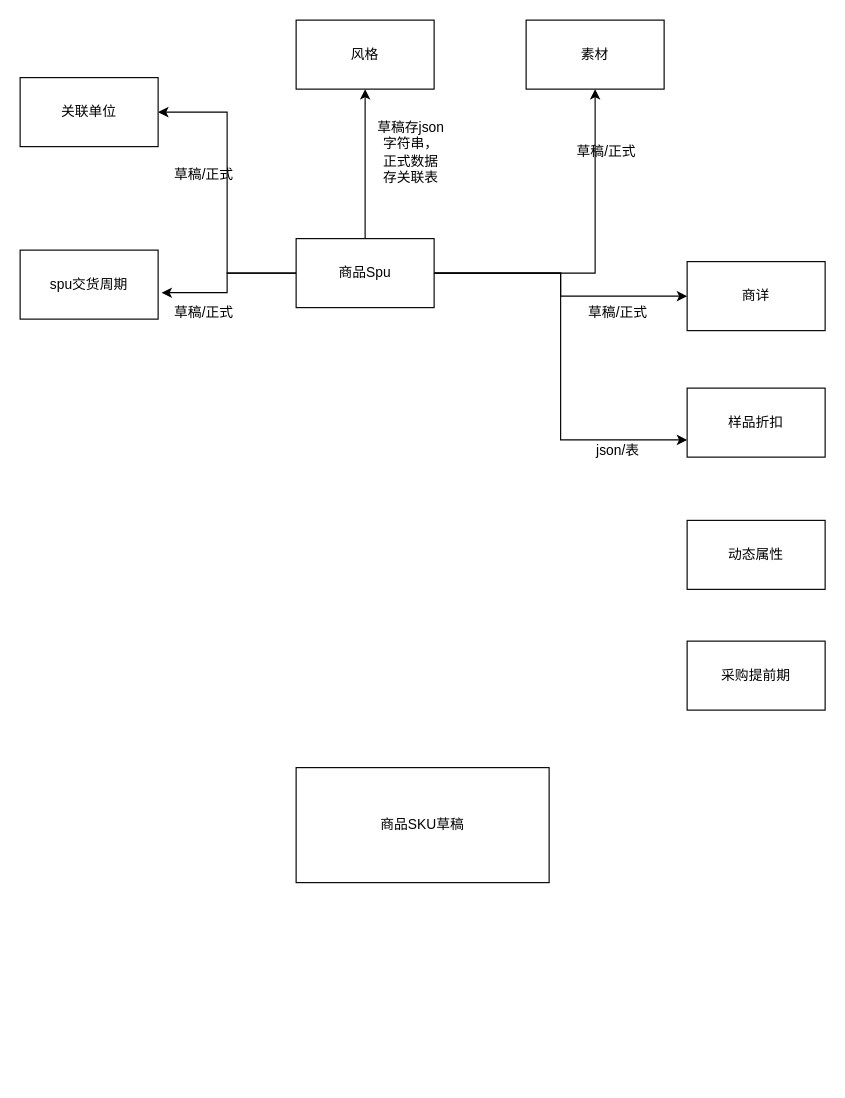
Before: 商品打包逻辑梳理草稿.drawio in 1846872430/shj_chart, a draw.io diagram. Source tidied: cells renumbered, new cells numbered last; positions are measured from the earlier drawing's top-left corner, leaving out a move shared by most shapes. Both pictures are drawn from the tidied source at 115%, with x=0, y=0 at pixel (20, 20).
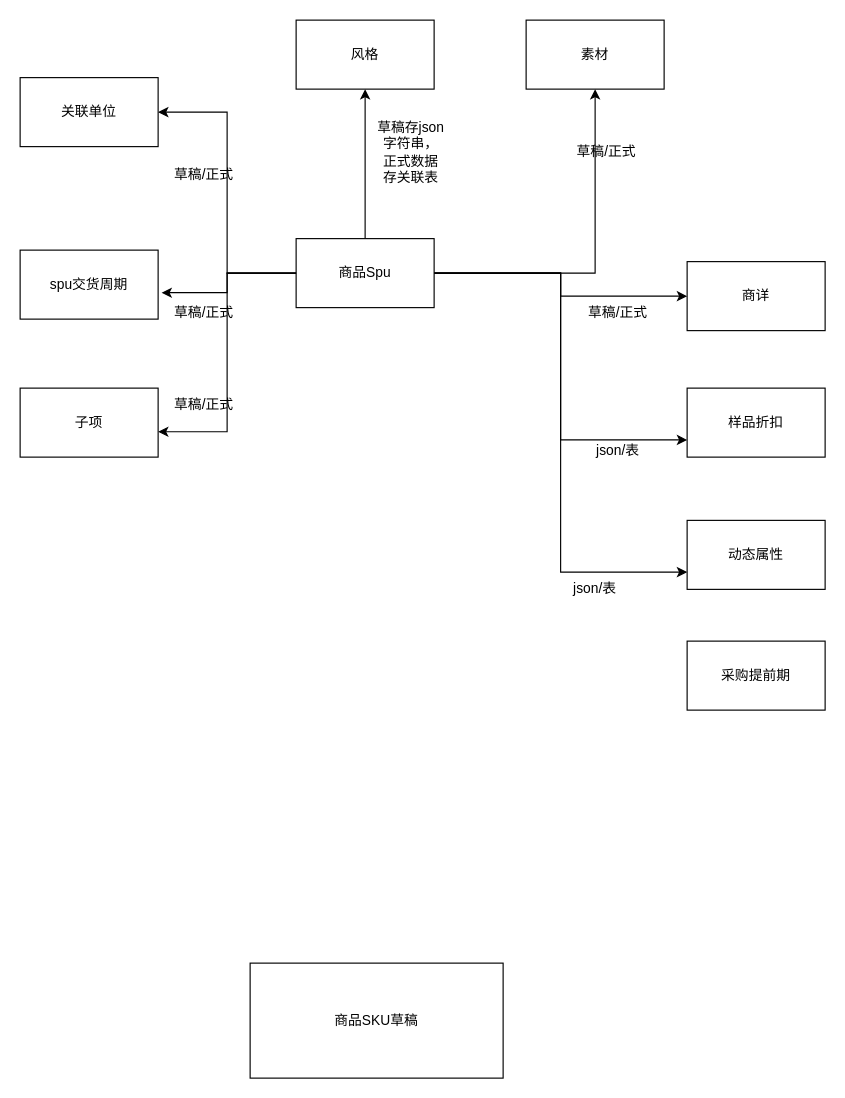
Above is the later version.

Commit message:
更新商品打包逻辑梳理草稿.drawio

Unchanged cells that the change refers to:
```xml
<mxCell id="7" value="商品Spu" style="rounded=0;whiteSpace=wrap;html=1;" parent="1" vertex="1">
  <mxGeometry x="240" y="190" width="120" height="60" as="geometry" />
</mxCell>
<mxCell id="19" value="动态属性" style="rounded=0;whiteSpace=wrap;html=1;" parent="1" vertex="1">
  <mxGeometry x="580" y="435" width="120" height="60" as="geometry" />
</mxCell>
```

Change to the diagram source:
```diff
@@
+    <mxCell id="24" style="edgeStyle=orthogonalEdgeStyle;rounded=0;jettySize=auto;html=1;entryX=0;entryY=0.75;entryDx=0;entryDy=0;" parent="1" edge="1" source="7" target="19">
+      <mxGeometry relative="1" as="geometry" />
+    </mxCell>
@@
     <mxCell id="20" value="商品SKU草稿" style="rounded=0;whiteSpace=wrap;html=1;" parent="1" vertex="1">
-      <mxGeometry x="240" y="650" width="220" height="100" as="geometry" />
+      <mxGeometry x="200" y="820" width="220" height="100" as="geometry" />
     </mxCell>
@@
+    <mxCell id="25" value="json/表" style="text;html=1;whiteSpace=wrap;strokeColor=none;fillColor=none;align=center;verticalAlign=middle;rounded=0;" parent="1" vertex="1">
+      <mxGeometry x="470" y="480" width="60" height="30" as="geometry" />
+    </mxCell>
+    <mxCell id="26" value="子项" style="rounded=0;whiteSpace=wrap;html=1;" parent="1" vertex="1">
+      <mxGeometry y="320" width="120" height="60" as="geometry" />
+    </mxCell>
+    <mxCell id="27" style="edgeStyle=orthogonalEdgeStyle;rounded=0;jettySize=auto;html=1;entryX=1;entryY=0.632;entryDx=0;entryDy=0;entryPerimeter=0;" parent="1" edge="1" source="7" target="26">
+      <mxGeometry relative="1" as="geometry" />
+    </mxCell>
+    <mxCell id="28" value="草稿/正式" style="text;html=1;whiteSpace=wrap;strokeColor=none;fillColor=none;align=center;verticalAlign=middle;rounded=0;" parent="1" vertex="1">
+      <mxGeometry x="130" y="320" width="60" height="30" as="geometry" />
+    </mxCell>
```
